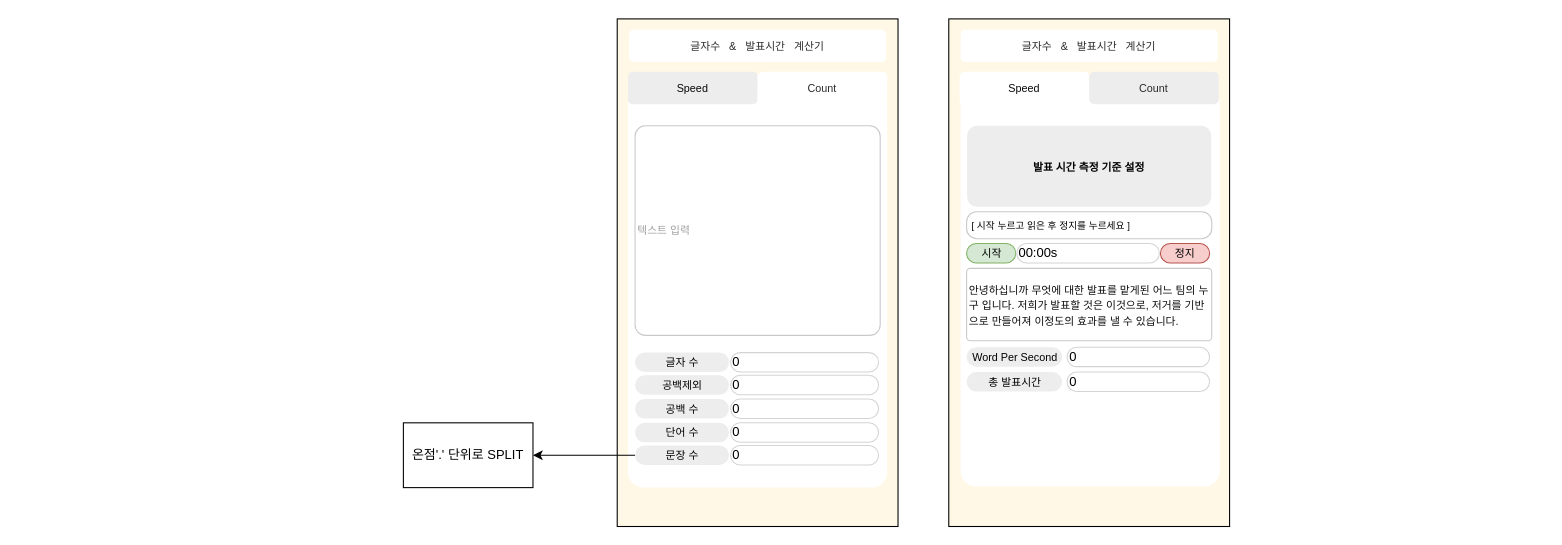
The draw.io diagram 설계.drawio in FoggyCaligo/site_TextCounter, before the edit. Source tidied: cells renumbered, new cells numbered last; positions are measured from the earlier drawing's top-left corner, leaving out a move shared by most shapes. Both pictures are drawn from the tidied source at 108%, with x=0, y=0 at pixel (403, 18).
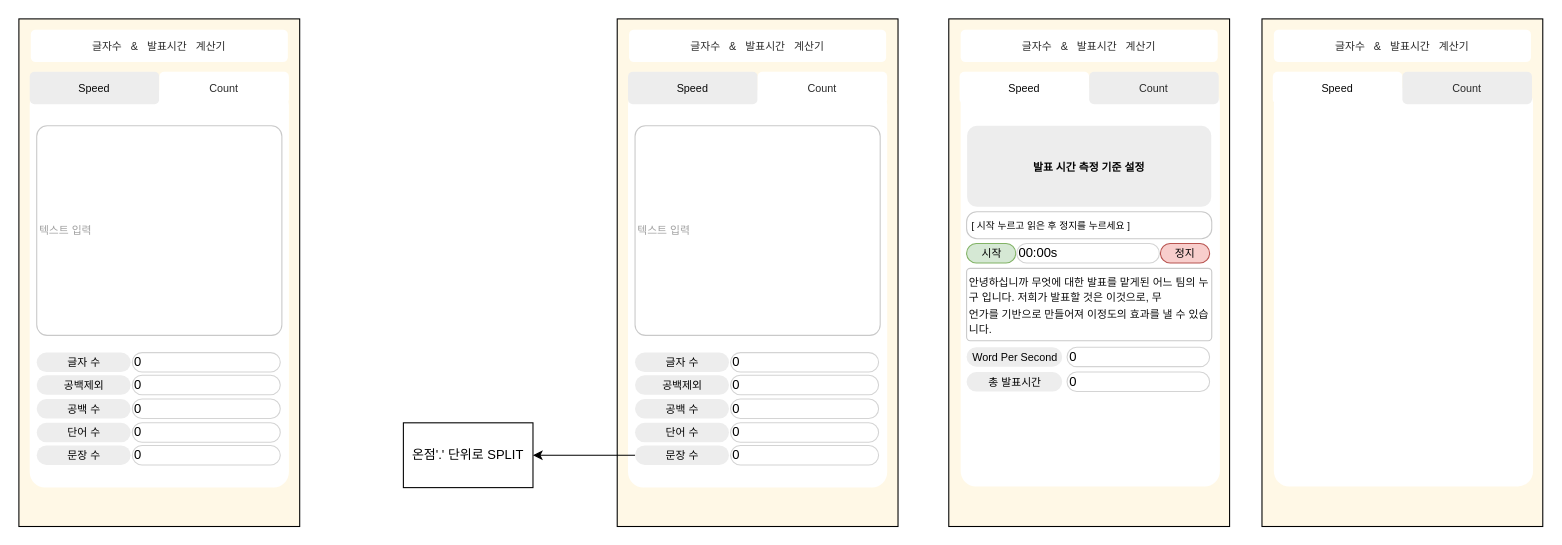
Above is the later version.

What changed in the source:
```diff
@@
-    <mxCell id="12" value="&lt;span style=&quot;font-size: 10px;&quot;&gt;&lt;font color=&quot;#0d0d0d&quot;&gt;안녕하십니까 무엇에 대한 발표를 맡게된 어느 팀의 누구 입니다. 저희가 발표할 것은 이것으로, 저거를 기반으로 만들어져 이정도의 효과를 낼 수 있습니다.&lt;/font&gt;&lt;/span&gt;" style="rounded=1;whiteSpace=wrap;html=1;arcSize=5;strokeColor=#C9C9C9;align=left;" parent="1" vertex="1">
+    <mxCell id="12" value="&lt;span style=&quot;font-size: 10px;&quot;&gt;&lt;font color=&quot;#0d0d0d&quot;&gt;안녕하십니까 무엇에 대한 발표를 맡게된 어느 팀의 누구 입니다. 저희가 발표할 것은 이것으로, 무&lt;br&gt;언가를 기반으로 만들어져 이정도의 효과를 낼 수 있습니다.&lt;/font&gt;&lt;/span&gt;" style="rounded=1;whiteSpace=wrap;html=1;arcSize=5;strokeColor=#C9C9C9;align=left;" parent="1" vertex="1">
       <mxGeometry x="521.5" y="231" width="227" height="67" as="geometry" />
     </mxCell>
@@
+    <mxCell id="35" style="rounded=0;whiteSpace=wrap;html=1;fillColor=#FFF8E6;" parent="1" vertex="1">
+      <mxGeometry x="-356" width="260" height="470" as="geometry" />
+    </mxCell>
+    <mxCell id="36" style="rounded=1;whiteSpace=wrap;html=1;fillColor=#FFFFFF;strokeColor=none;shadow=0;arcSize=6;" parent="1" vertex="1">
+      <mxGeometry x="-346" y="66" width="240" height="368" as="geometry" />
+    </mxCell>
+    <mxCell id="37" value="&lt;font style=&quot;font-size: 10px;&quot; color=&quot;#080808&quot;&gt;Speed&lt;/font&gt;" style="rounded=1;whiteSpace=wrap;html=1;strokeColor=none;fillColor=#EDEDED;" parent="1" vertex="1">
+      <mxGeometry x="-346" y="49" width="120" height="30" as="geometry" />
+    </mxCell>
+    <mxCell id="38" value="&lt;font style=&quot;font-size: 10px;&quot; color=&quot;#292929&quot;&gt;Count&lt;/font&gt;" style="rounded=1;whiteSpace=wrap;html=1;fillColor=#FFFFFF;strokeColor=none;shadow=0;" parent="1" vertex="1">
+      <mxGeometry x="-226" y="49" width="120" height="30" as="geometry" />
+    </mxCell>
+    <mxCell id="39" value="&lt;font color=&quot;#292929&quot;&gt;&lt;span style=&quot;font-size: 10px;&quot;&gt;글자수&amp;nbsp; &amp;nbsp;&amp;amp;&amp;nbsp; &amp;nbsp;발표시간&amp;nbsp; &amp;nbsp;계산기&lt;/span&gt;&lt;/font&gt;" style="rounded=1;whiteSpace=wrap;html=1;fillColor=#FFFFFF;strokeColor=none;" parent="1" vertex="1">
+      <mxGeometry x="-345" y="10" width="238" height="30" as="geometry" />
+    </mxCell>
+    <mxCell id="40" value="0" style="rounded=1;whiteSpace=wrap;html=1;arcSize=50;strokeColor=#D4D4D4;align=left;" parent="1" vertex="1">
+      <mxGeometry x="-251" y="309" width="137" height="18" as="geometry" />
+    </mxCell>
+    <mxCell id="41" value="&lt;font style=&quot;font-size: 10px;&quot;&gt;글자 수&lt;/font&gt;" style="rounded=1;whiteSpace=wrap;html=1;arcSize=50;fillColor=#EDEDED;strokeColor=none;" parent="1" vertex="1">
+      <mxGeometry x="-339.5" y="309" width="87" height="18" as="geometry" />
+    </mxCell>
+    <mxCell id="42" value="0" style="rounded=1;whiteSpace=wrap;html=1;arcSize=50;strokeColor=#D4D4D4;align=left;" parent="1" vertex="1">
+      <mxGeometry x="-251" y="330" width="137" height="18" as="geometry" />
+    </mxCell>
+    <mxCell id="43" value="&lt;span style=&quot;font-size: 10px;&quot;&gt;공백제외&lt;/span&gt;" style="rounded=1;whiteSpace=wrap;html=1;arcSize=50;fillColor=#EDEDED;strokeColor=none;" parent="1" vertex="1">
+      <mxGeometry x="-339.5" y="330" width="87" height="18" as="geometry" />
+    </mxCell>
+    <mxCell id="44" value="0" style="rounded=1;whiteSpace=wrap;html=1;arcSize=50;strokeColor=#D4D4D4;align=left;" parent="1" vertex="1">
+      <mxGeometry x="-251" y="352" width="137" height="18" as="geometry" />
+    </mxCell>
+    <mxCell id="45" value="&lt;span style=&quot;font-size: 10px;&quot;&gt;공백 수&lt;/span&gt;" style="rounded=1;whiteSpace=wrap;html=1;arcSize=50;fillColor=#EDEDED;strokeColor=none;" parent="1" vertex="1">
+      <mxGeometry x="-339.5" y="352" width="87" height="18" as="geometry" />
+    </mxCell>
+    <mxCell id="46" value="0" style="rounded=1;whiteSpace=wrap;html=1;arcSize=50;strokeColor=#D4D4D4;align=left;" parent="1" vertex="1">
+      <mxGeometry x="-251" y="374" width="137" height="18" as="geometry" />
+    </mxCell>
+    <mxCell id="47" value="&lt;span style=&quot;font-size: 10px;&quot;&gt;단어 수&lt;/span&gt;" style="rounded=1;whiteSpace=wrap;html=1;arcSize=50;fillColor=#EDEDED;strokeColor=none;" parent="1" vertex="1">
+      <mxGeometry x="-339.5" y="374" width="87" height="18" as="geometry" />
+    </mxCell>
+    <mxCell id="48" value="0" style="rounded=1;whiteSpace=wrap;html=1;arcSize=50;strokeColor=#D4D4D4;align=left;" parent="1" vertex="1">
+      <mxGeometry x="-251" y="395" width="137" height="18" as="geometry" />
+    </mxCell>
+    <mxCell id="49" value="&lt;span style=&quot;font-size: 10px;&quot;&gt;문장 수&lt;/span&gt;" style="rounded=1;whiteSpace=wrap;html=1;arcSize=50;fillColor=#EDEDED;strokeColor=none;" parent="1" vertex="1">
+      <mxGeometry x="-339.5" y="395" width="87" height="18" as="geometry" />
+    </mxCell>
+    <mxCell id="50" value="&lt;font style=&quot;font-size: 10px;&quot; color=&quot;#a1a1a1&quot;&gt;텍스트 입력&lt;/font&gt;" style="rounded=1;whiteSpace=wrap;html=1;arcSize=5;strokeColor=#C9C9C9;align=left;" parent="1" vertex="1">
+      <mxGeometry x="-339.5" y="99" width="227" height="194" as="geometry" />
+    </mxCell>
+    <mxCell id="51" style="rounded=0;whiteSpace=wrap;html=1;fillColor=#FFF8E6;" parent="1" vertex="1">
+      <mxGeometry x="795" width="260" height="470" as="geometry" />
+    </mxCell>
+    <mxCell id="52" style="rounded=1;whiteSpace=wrap;html=1;fillColor=#FFFFFF;strokeColor=none;shadow=0;arcSize=6;" parent="1" vertex="1">
+      <mxGeometry x="806" y="64" width="240" height="369" as="geometry" />
+    </mxCell>
+    <mxCell id="53" value="&lt;font style=&quot;font-size: 10px;&quot; color=&quot;#080808&quot;&gt;Speed&lt;br&gt;&lt;/font&gt;" style="rounded=1;whiteSpace=wrap;html=1;strokeColor=none;" parent="1" vertex="1">
+      <mxGeometry x="805" y="49" width="120" height="30" as="geometry" />
+    </mxCell>
+    <mxCell id="54" value="&lt;font style=&quot;font-size: 10px;&quot; color=&quot;#292929&quot;&gt;Count&lt;/font&gt;" style="rounded=1;whiteSpace=wrap;html=1;fillColor=#EDEDED;strokeColor=none;shadow=0;" parent="1" vertex="1">
+      <mxGeometry x="925" y="49" width="120" height="30" as="geometry" />
+    </mxCell>
+    <mxCell id="55" value="&lt;font color=&quot;#292929&quot;&gt;&lt;span style=&quot;font-size: 10px;&quot;&gt;글자수&amp;nbsp; &amp;nbsp;&amp;amp;&amp;nbsp; &amp;nbsp;발표시간&amp;nbsp; &amp;nbsp;계산기&lt;/span&gt;&lt;/font&gt;" style="rounded=1;whiteSpace=wrap;html=1;fillColor=#FFFFFF;strokeColor=none;" parent="1" vertex="1">
+      <mxGeometry x="806" y="10" width="238" height="30" as="geometry" />
+    </mxCell>
```
